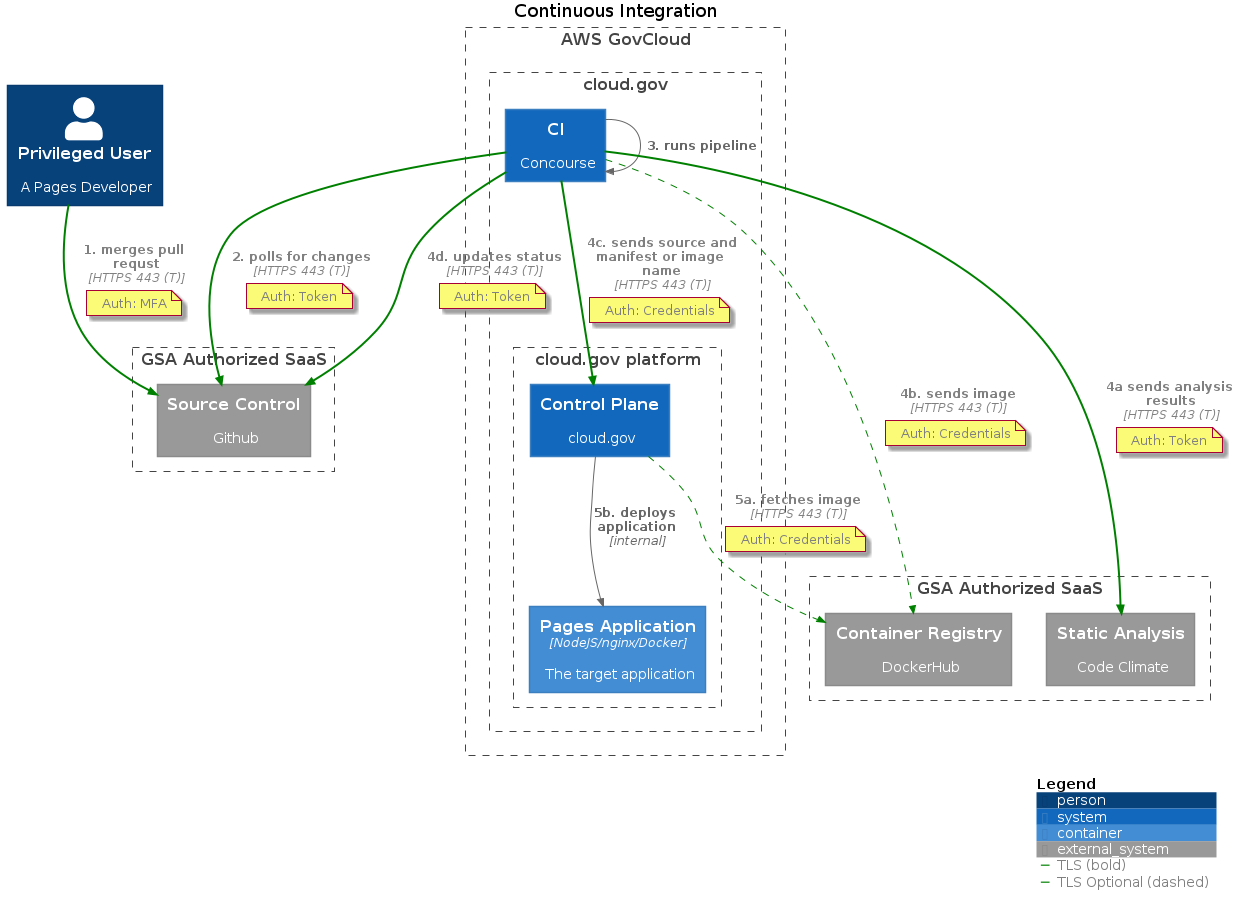
This is out/diagrams/pages/cicd.png from cloud-gov/system-diagrams, a PlantUML export, as it was before one commit.
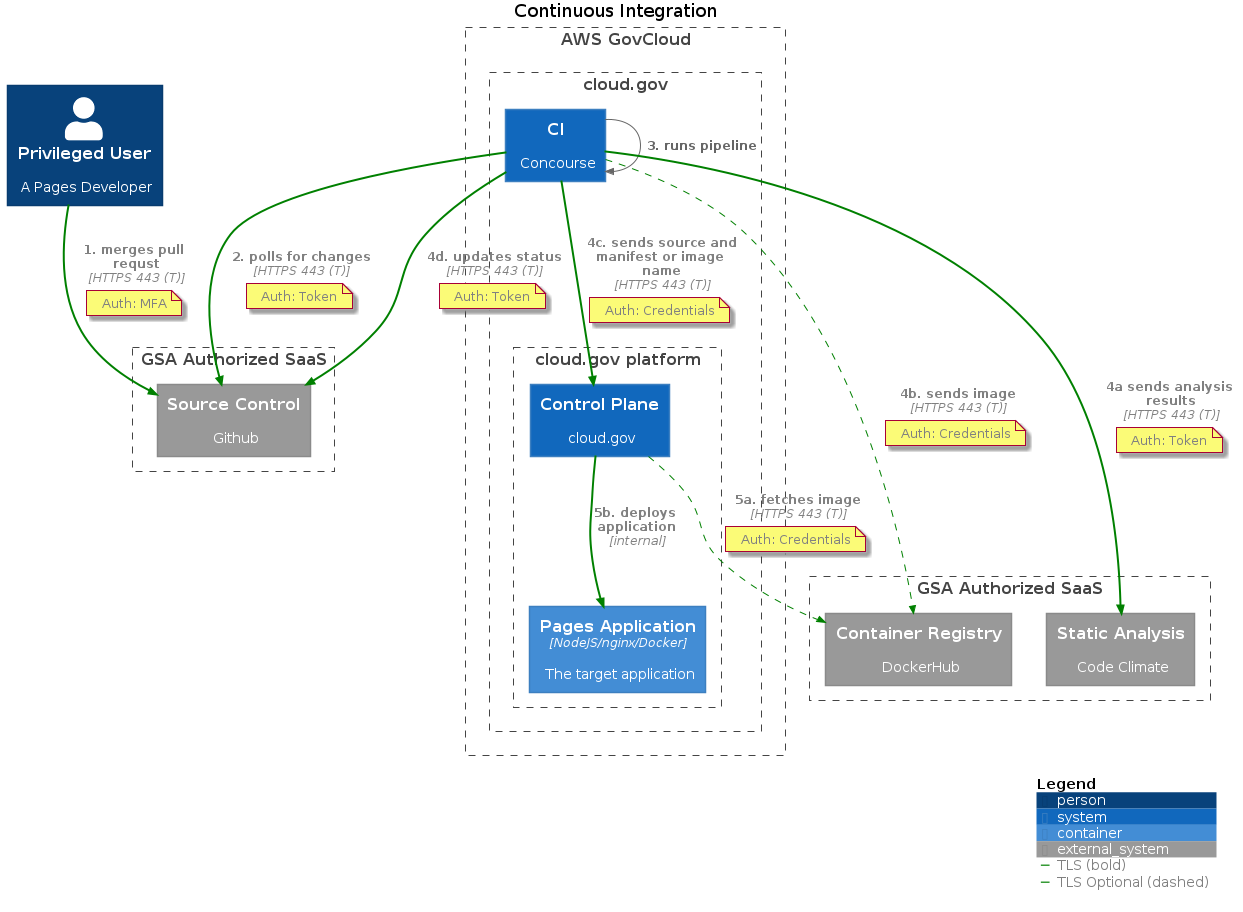
The same diagram one commit later.

Diff of the diagram source:
```diff
@@ -63,7 +63,7 @@
   Auth: Credentials
 end note
 
-Rel(cp, app, "5b. deploys application", "internal")
+Rel(cp, app, "5b. deploys application", "internal", $tags="TLS")
 
 SHOW_LEGEND()
 @enduml
```
